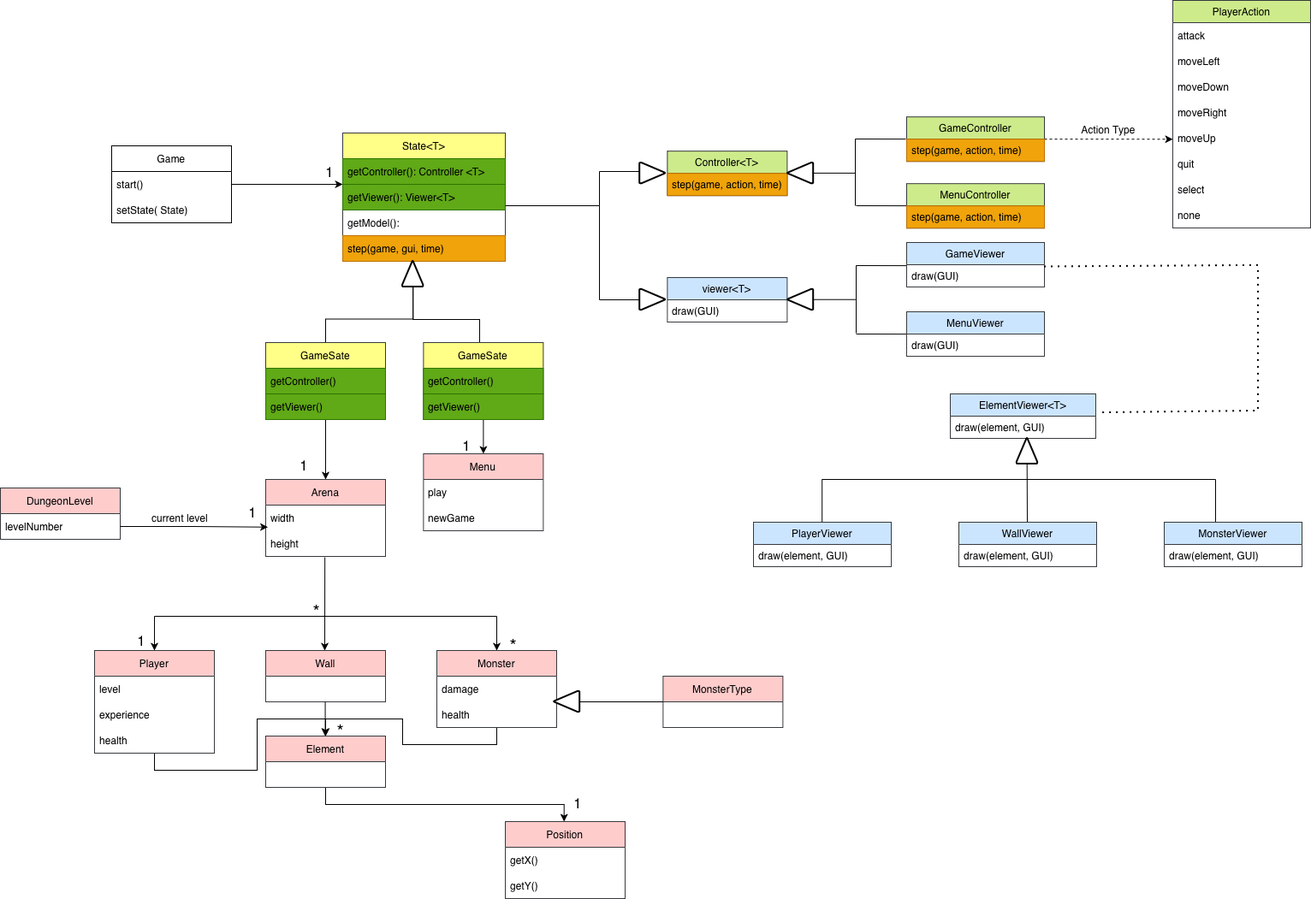
This is docs/General_UML.png from BERgod27/Claw-Crawler, a draw.io export, as it was before one commit. Source tidied: cells renumbered, new cells last; positions are measured from the earlier drawing's top-left corner, leaving out a move shared by most shapes.
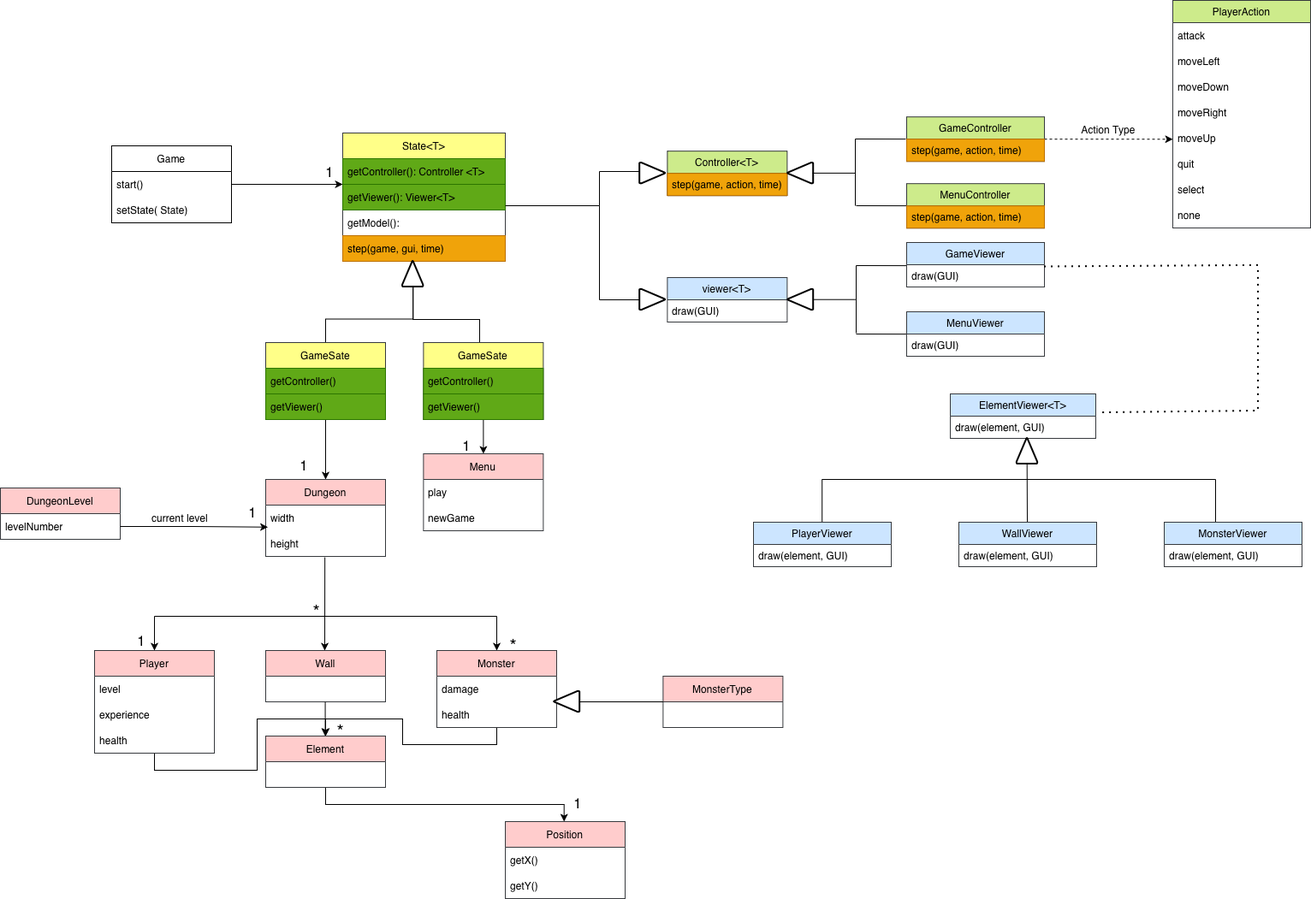
After the change.

Commit message:
troquei o uml

Change to the diagram source:
```diff
@@ -278,7 +278,7 @@
     <mxCell id="67" value="getViewer()" style="text;strokeColor=#2D7600;fillColor=#60a917;align=left;verticalAlign=middle;spacingLeft=4;spacingRight=4;overflow=hidden;whiteSpace=wrap;html=1;fontColor=light-dark(#000000, #121212);" parent="65" vertex="1">
       <mxGeometry y="60" width="140" height="30" as="geometry" />
     </mxCell>
-    <mxCell id="68" value="Arena" style="swimlane;fontStyle=0;horizontal=1;startSize=30;whiteSpace=wrap;html=1;fillColor=#ffcccc;strokeColor=#36393d;" parent="1" vertex="1">
+    <mxCell id="68" value="Dungeon" style="swimlane;fontStyle=0;horizontal=1;startSize=30;whiteSpace=wrap;html=1;fillColor=#ffcccc;strokeColor=#36393d;" parent="1" vertex="1">
       <mxGeometry x="310" y="560" width="140" height="90" as="geometry" />
     </mxCell>
     <mxCell id="69" value="width" style="text;strokeColor=none;fillColor=none;align=left;verticalAlign=middle;spacingLeft=4;spacingRight=4;overflow=hidden;points=[[0,0.5],[1,0.5]];portConstraint=eastwest;whiteSpace=wrap;html=1;" parent="68" vertex="1">
```
